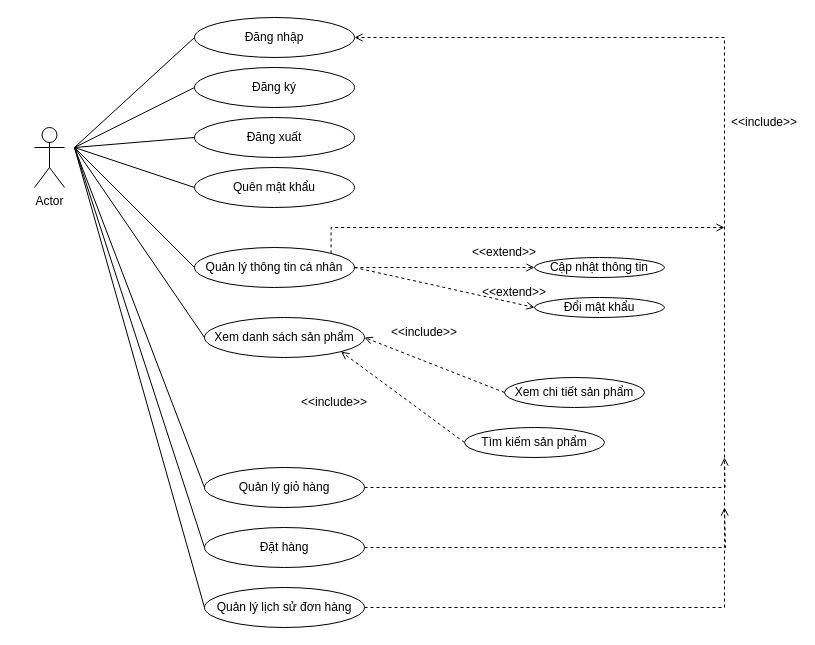
khanh8603/khanh8603 keeps this draw.io diagram as page "Chức năng khách hàng có tài khoản" (6 of 21) of Diagram for assign.drawio. Above is the earlier version. Source tidied: cells renumbered, new cells numbered last; positions are measured from the earlier drawing's top-left corner, leaving out a move shared by most shapes. Both pictures are drawn from the tidied source at 100%, with x=0, y=0 at pixel (34, 17).
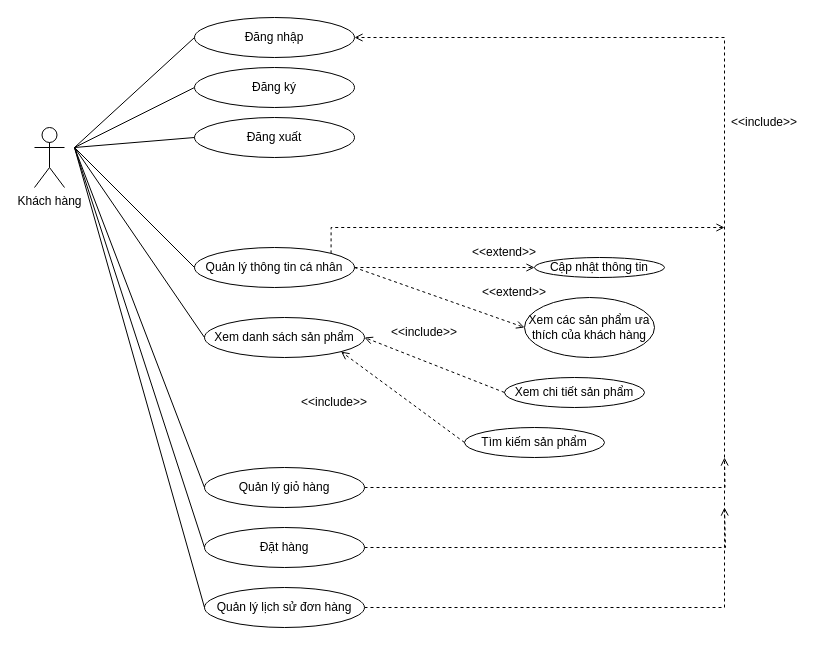
The same diagram, later.

The edit, as a diff of the source:
```diff
@@
-    <mxCell id="2" value="Actor" style="shape=umlActor;verticalLabelPosition=bottom;verticalAlign=top;html=1;" parent="1" vertex="1">
+    <mxCell id="2" value="Khách hàng" style="shape=umlActor;verticalLabelPosition=bottom;verticalAlign=top;html=1;" parent="1" vertex="1">
       <mxGeometry y="110" width="30" height="60" as="geometry" />
     </mxCell>
@@
-    <mxCell id="5" value="Quên mật khẩu" style="ellipse;whiteSpace=wrap;html=1;" parent="1" vertex="1">
-      <mxGeometry x="160" y="150" width="160" height="40" as="geometry" />
-    </mxCell>
@@
-    <mxCell id="17" style="endArrow=none;html=1;rounded=0;entryX=0;entryY=0.5;entryDx=0;entryDy=0;" parent="1" edge="1" target="5">
-      <mxGeometry relative="1" as="geometry">
-        <mxPoint x="40" y="130" as="sourcePoint" />
-      </mxGeometry>
-    </mxCell>
@@
-    <mxCell id="25" value="Đổi mật khẩu" style="ellipse;whiteSpace=wrap;html=1;" parent="1" vertex="1">
-      <mxGeometry x="500" y="280" width="130" height="20" as="geometry" />
+    <mxCell id="25" value="Xem các sản phẩm ưa thích của khách hàng" style="ellipse;whiteSpace=wrap;html=1;" parent="1" vertex="1">
+      <mxGeometry x="490" y="280" width="130" height="60" as="geometry" />
     </mxCell>
```
